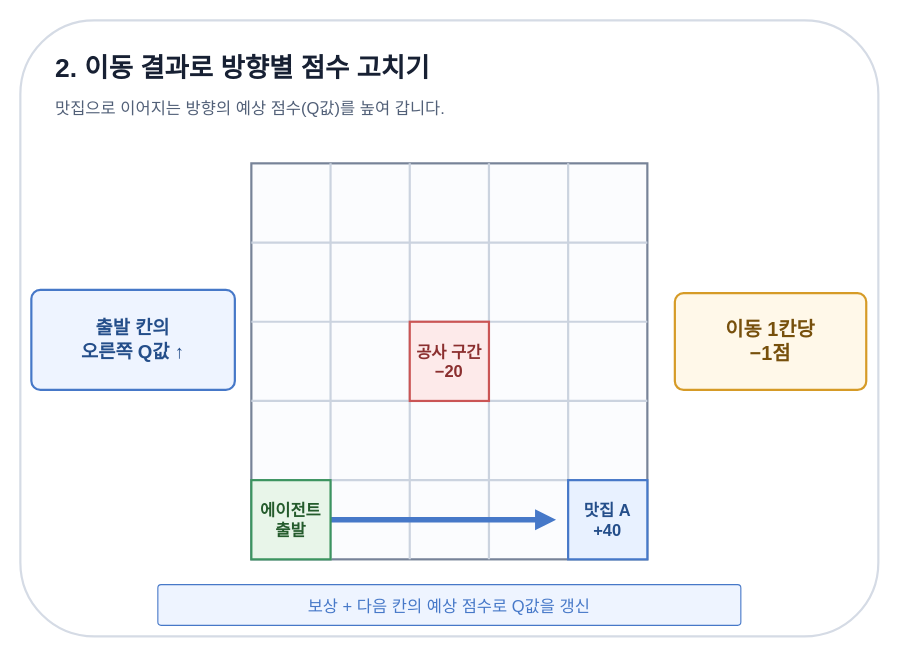
Above: page "2 Q값 갱신" (2 of 4) of site/src/assets/diagrams/restaurant-reinforcement-learning.drawio in jongbob1918/jongbob1918.github.io (draw.io), before the change. Source tidied: cells renumbered, new cells numbered last; positions are measured from the earlier drawing's top-left corner, leaving out a move shared by most shapes. Both pictures are drawn from the tidied source at 110%, with x=0, y=0 at pixel (20, 20).
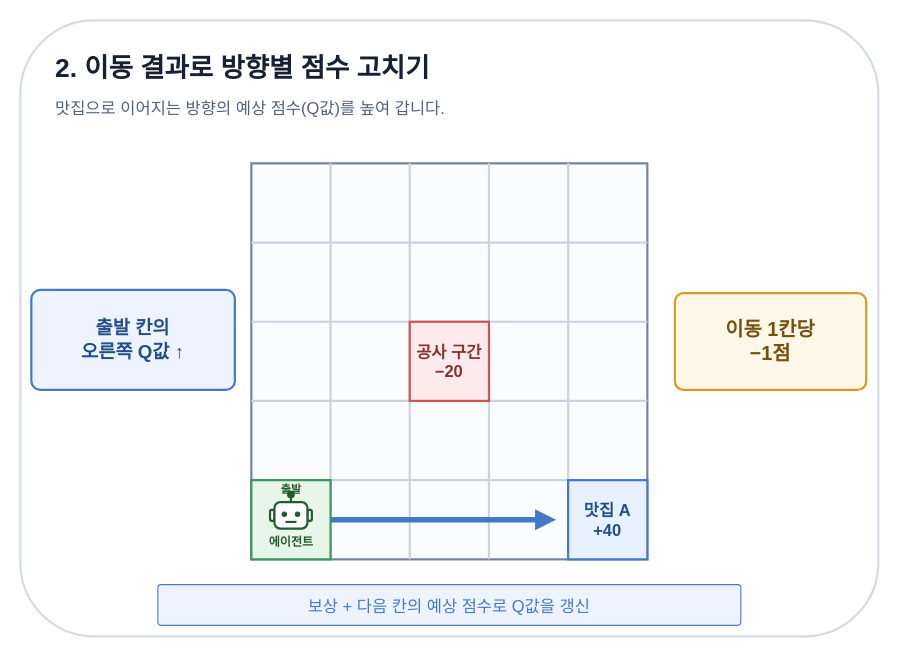
After the change.

The edit, as a diff of the source:
```diff
@@
-    <mxCell id="16" value="에이전트&#10;출발" style="rounded=0;arcSize=0;whiteSpace=wrap;html=1;fillColor=#e8f5e9;strokeColor=#3c9460;strokeWidth=2;fontSize=15;fontColor=#245b2c;fontStyle=1;align=center;verticalAlign=middle;" parent="1" vertex="1">
+    <mxCell id="16" style="rounded=0;arcSize=0;whiteSpace=wrap;html=1;fillColor=#e8f5e9;strokeColor=#3c9460;strokeWidth=2;fontSize=15;fontColor=#245b2c;fontStyle=1;align=center;verticalAlign=middle;" parent="1" vertex="1">
       <mxGeometry x="210" y="418" width="72" height="72" as="geometry" />
     </mxCell>
@@
+    <mxCell id="21" value="출발" style="text;html=1;strokeColor=none;fillColor=none;align=center;verticalAlign=middle;fontSize=10;fontColor=#245b2c;fontStyle=1;" parent="1" vertex="1">
+      <mxGeometry x="213" y="419" width="66" height="14" as="geometry" />
+    </mxCell>
+    <mxCell id="22" style="endArrow=none;html=1;strokeColor=#245b2c;strokeWidth=2;" parent="1" edge="1">
+      <mxGeometry relative="1" as="geometry">
+        <mxPoint x="246" y="432" as="sourcePoint" />
+        <mxPoint x="246" y="438" as="targetPoint" />
+      </mxGeometry>
+    </mxCell>
+    <mxCell id="23" style="ellipse;whiteSpace=wrap;html=1;fillColor=#245b2c;strokeColor=#245b2c;strokeWidth=1;" parent="1" vertex="1">
+      <mxGeometry x="243" y="428" width="6" height="6" as="geometry" />
+    </mxCell>
+    <mxCell id="24" style="rounded=1;arcSize=40;fillColor=#ffffff;strokeColor=#245b2c;strokeWidth=2;" parent="1" vertex="1">
+      <mxGeometry x="227" y="445" width="4" height="10" as="geometry" />
+    </mxCell>
+    <mxCell id="25" style="rounded=1;arcSize=40;fillColor=#ffffff;strokeColor=#245b2c;strokeWidth=2;" parent="1" vertex="1">
+      <mxGeometry x="261" y="445" width="4" height="10" as="geometry" />
+    </mxCell>
+    <mxCell id="26" style="rounded=1;arcSize=22;fillColor=#ffffff;strokeColor=#245b2c;strokeWidth=2;" parent="1" vertex="1">
+      <mxGeometry x="231" y="438" width="30" height="24" as="geometry" />
+    </mxCell>
+    <mxCell id="27" style="ellipse;fillColor=#245b2c;strokeColor=#245b2c;strokeWidth=1;" parent="1" vertex="1">
+      <mxGeometry x="238" y="447" width="4" height="4" as="geometry" />
+    </mxCell>
+    <mxCell id="28" style="ellipse;fillColor=#245b2c;strokeColor=#245b2c;strokeWidth=1;" parent="1" vertex="1">
+      <mxGeometry x="250" y="447" width="4" height="4" as="geometry" />
+    </mxCell>
+    <mxCell id="29" style="endArrow=none;html=1;strokeColor=#245b2c;strokeWidth=2;" parent="1" edge="1">
+      <mxGeometry relative="1" as="geometry">
+        <mxPoint x="241" y="456" as="sourcePoint" />
+        <mxPoint x="251" y="456" as="targetPoint" />
+      </mxGeometry>
+    </mxCell>
+    <mxCell id="30" value="에이전트" style="text;html=1;strokeColor=none;fillColor=none;align=center;verticalAlign=middle;fontSize=11;fontColor=#245b2c;fontStyle=1;" parent="1" vertex="1">
+      <mxGeometry x="214" y="464" width="64" height="19" as="geometry" />
+    </mxCell>
```
